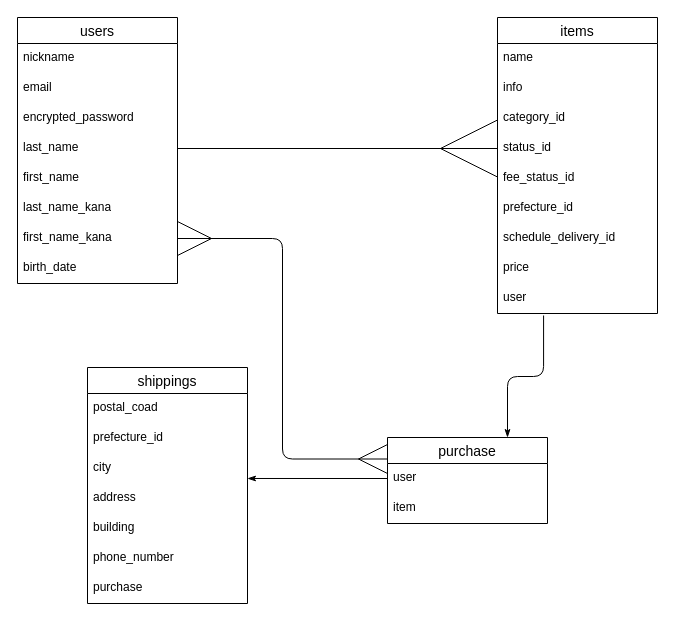
Earlier version of the draw.io diagram er.dio (sakroid/furima-41634). Source tidied: cells renumbered, new cells numbered last; positions are measured from the earlier drawing's top-left corner, leaving out a move shared by most shapes. Both pictures are drawn from the tidied source at 100%, with x=0, y=0 at pixel (17, 17).
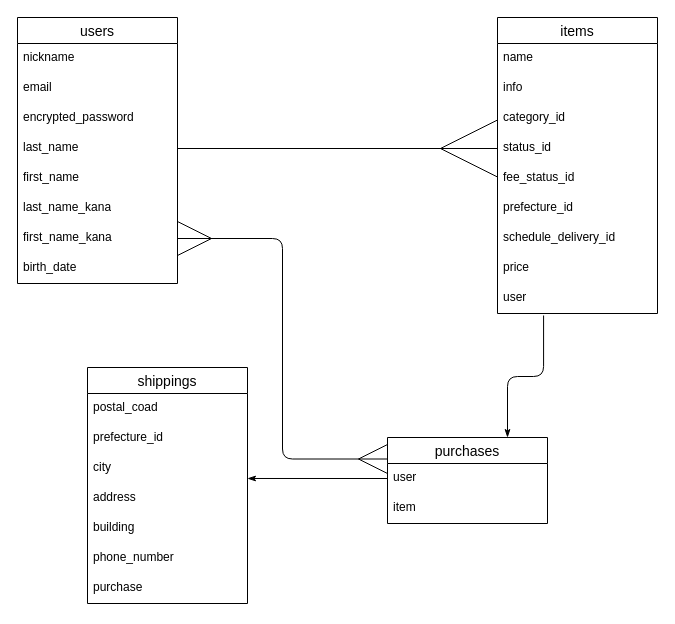
The same page after the edit.

Commit message (it also covers changes not shown here):
データベース設計2

Diff of the diagram source:
```diff
@@
-    <mxCell id="29" value="purchase" style="swimlane;fontStyle=0;horizontal=1;startSize=26;align=center;fontSize=14;" parent="1" vertex="1">
+    <mxCell id="29" value="purchases" style="swimlane;fontStyle=0;horizontal=1;startSize=26;align=center;fontSize=14;" parent="1" vertex="1">
       <mxGeometry x="370" y="420" width="160" height="86" as="geometry" />
     </mxCell>
```
